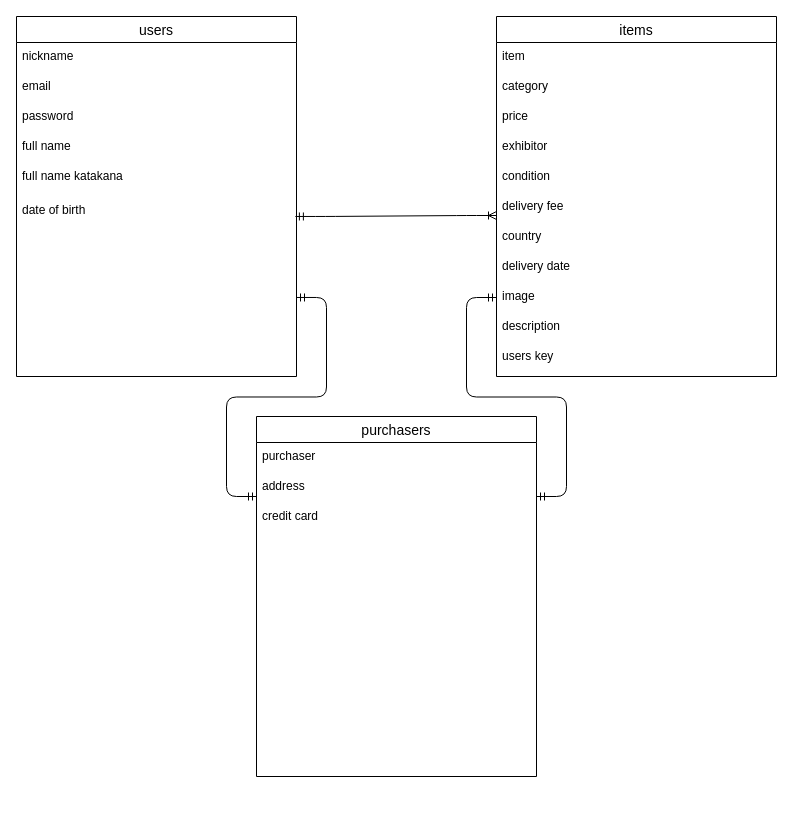
mtakahashi11/furima-33571 keeps this draw.io diagram as test.dio. Above is the earlier version. Source tidied: cells renumbered, new cells numbered last; positions are measured from the earlier drawing's top-left corner, leaving out a move shared by most shapes. Both pictures are drawn from the tidied source at 100%, with x=0, y=0 at pixel (16, 16).
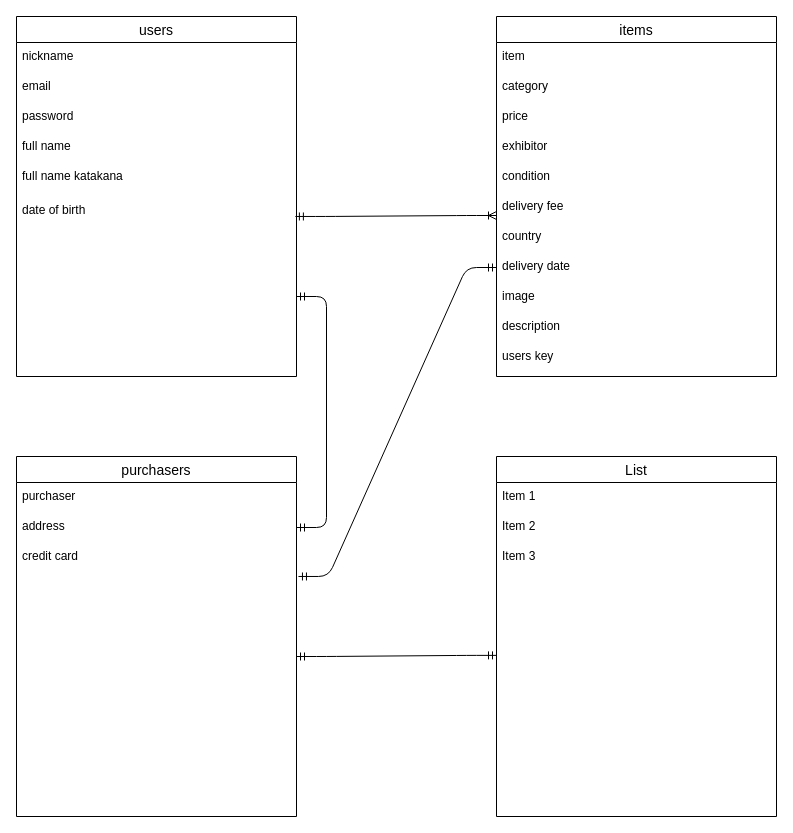
The same page after the edit.

Commit message (it also covers changes not shown here):
DB設計の修正

The change refers to these unchanged cells:
```xml
<mxCell id="4" value="address" style="text;strokeColor=none;fillColor=none;spacingLeft=4;spacingRight=4;overflow=hidden;points=[[0,0.5],[1,0.5]];portConstraint=eastwest;fontSize=12;" parent="2" vertex="1">
  <mxGeometry y="56" width="280" height="30" as="geometry" />
</mxCell>
<mxCell id="5" value="credit card" style="text;strokeColor=none;fillColor=none;spacingLeft=4;spacingRight=4;overflow=hidden;points=[[0,0.5],[1,0.5]];portConstraint=eastwest;fontSize=12;" parent="2" vertex="1">
  <mxGeometry y="86" width="280" height="274" as="geometry" />
</mxCell>
<mxCell id="14" value="delivery date&#10;" style="text;strokeColor=none;fillColor=none;spacingLeft=4;spacingRight=4;overflow=hidden;points=[[0,0.5],[1,0.5]];portConstraint=eastwest;fontSize=12;" parent="6" vertex="1">
  <mxGeometry y="236" width="280" height="30" as="geometry" />
</mxCell>
<mxCell id="24" value="date of birth&#10;" style="text;strokeColor=none;fillColor=none;spacingLeft=4;spacingRight=4;overflow=hidden;points=[[0,0.5],[1,0.5]];portConstraint=eastwest;fontSize=12;" parent="18" vertex="1">
  <mxGeometry y="180" width="280" height="180" as="geometry" />
</mxCell>
```

Change to the diagram source:
```diff
@@
     <mxCell id="2" value="purchasers" style="swimlane;fontStyle=0;horizontal=1;startSize=26;align=center;fontSize=14;" parent="1" vertex="1">
-      <mxGeometry x="240" y="400" width="280" height="360" as="geometry" />
+      <mxGeometry y="440" width="280" height="360" as="geometry" />
     </mxCell>
@@
-    <mxCell id="25" style="edgeStyle=entityRelationEdgeStyle;fontSize=12;html=1;endArrow=ERmandOne;startArrow=ERmandOne;" parent="1" edge="1">
-      <mxGeometry relative="1" as="geometry">
-        <mxPoint x="520" y="480" as="sourcePoint" />
-        <mxPoint x="480" y="281" as="targetPoint" />
-      </mxGeometry>
+    <mxCell id="25" style="edgeStyle=entityRelationEdgeStyle;fontSize=12;html=1;endArrow=ERmandOne;startArrow=ERmandOne;entryX=0;entryY=0.5;entryDx=0;entryDy=0;exitX=1.007;exitY=0.124;exitDx=0;exitDy=0;exitPerimeter=0;" parent="1" edge="1" source="5" target="14">
+      <mxGeometry relative="1" as="geometry" />
     </mxCell>
@@
+    <mxCell id="28" value="List" style="swimlane;fontStyle=0;horizontal=1;startSize=26;align=center;fontSize=14;" parent="1" vertex="1">
+      <mxGeometry x="480" y="440" width="280" height="360" as="geometry" />
+    </mxCell>
+    <mxCell id="29" value="Item 1" style="text;strokeColor=none;fillColor=none;spacingLeft=4;spacingRight=4;overflow=hidden;fontSize=12;" parent="28" vertex="1">
+      <mxGeometry y="26" width="280" height="30" as="geometry" />
+    </mxCell>
+    <mxCell id="30" value="Item 2" style="text;strokeColor=none;fillColor=none;spacingLeft=4;spacingRight=4;overflow=hidden;fontSize=12;" parent="28" vertex="1">
+      <mxGeometry y="56" width="280" height="30" as="geometry" />
+    </mxCell>
+    <mxCell id="31" value="Item 3" style="text;strokeColor=none;fillColor=none;spacingLeft=4;spacingRight=4;overflow=hidden;points=[[0,0.5],[1,0.5]];portConstraint=eastwest;fontSize=12;" parent="28" vertex="1">
+      <mxGeometry y="86" width="280" height="274" as="geometry" />
+    </mxCell>
-    <mxCell id="27" style="edgeStyle=entityRelationEdgeStyle;fontSize=12;html=1;endArrow=ERmandOne;startArrow=ERmandOne;exitX=1;exitY=0.561;exitDx=0;exitDy=0;exitPerimeter=0;" parent="1" edge="1" source="24">
+    <mxCell id="27" style="edgeStyle=entityRelationEdgeStyle;fontSize=12;html=1;endArrow=ERmandOne;startArrow=ERmandOne;" parent="1" edge="1" target="4">
       <mxGeometry relative="1" as="geometry">
-        <mxPoint x="240" y="480" as="targetPoint" />
+        <mxPoint x="280" y="280" as="sourcePoint" />
       </mxGeometry>
     </mxCell>
+    <mxCell id="32" style="edgeStyle=entityRelationEdgeStyle;fontSize=12;html=1;endArrow=ERmandOne;startArrow=ERmandOne;entryX=0;entryY=0.412;entryDx=0;entryDy=0;entryPerimeter=0;" parent="1" edge="1" target="31">
+      <mxGeometry relative="1" as="geometry">
+        <mxPoint x="280" y="640" as="sourcePoint" />
+      </mxGeometry>
+    </mxCell>
```
